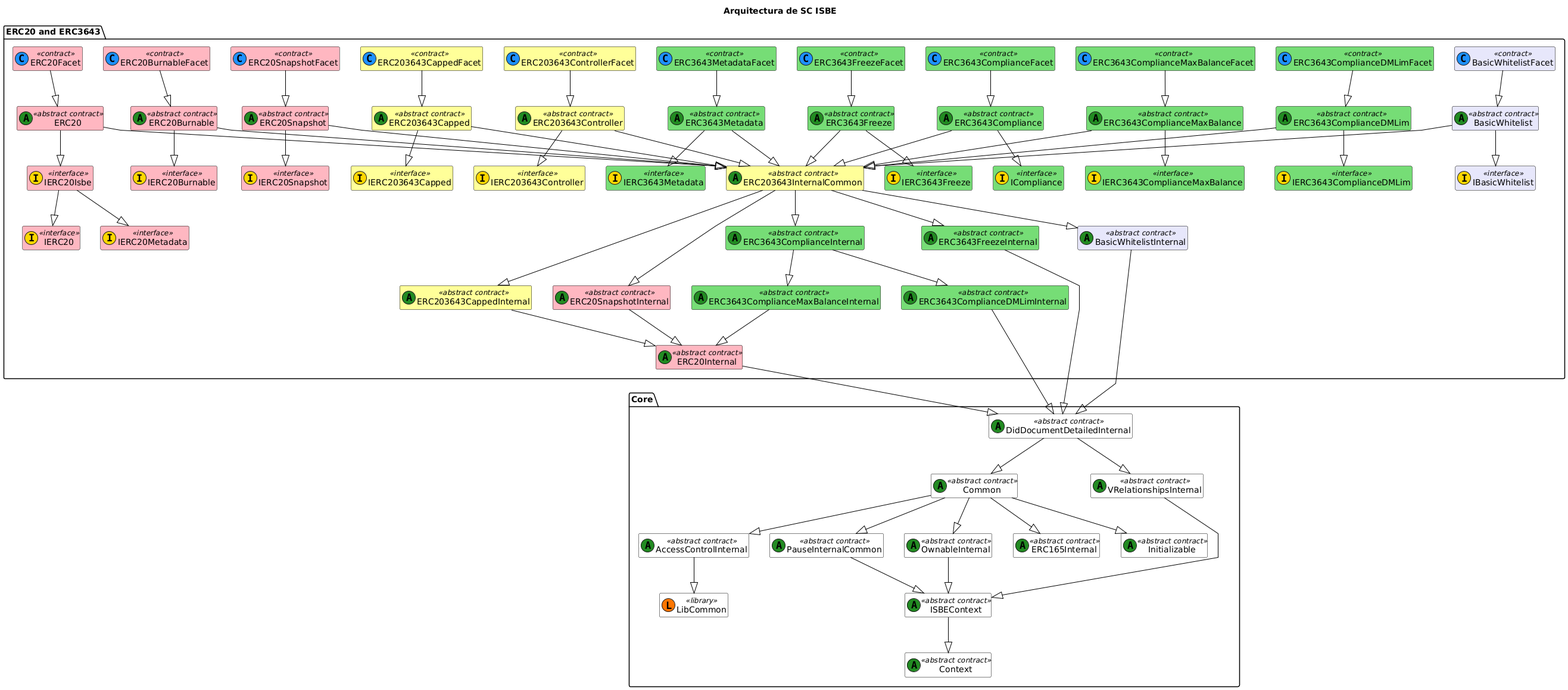
Above: docs/diagrams/ISBE-SC-UML-Global-Functional_2.png in red-isbe/isbe-contracts (PlantUML), before the change.
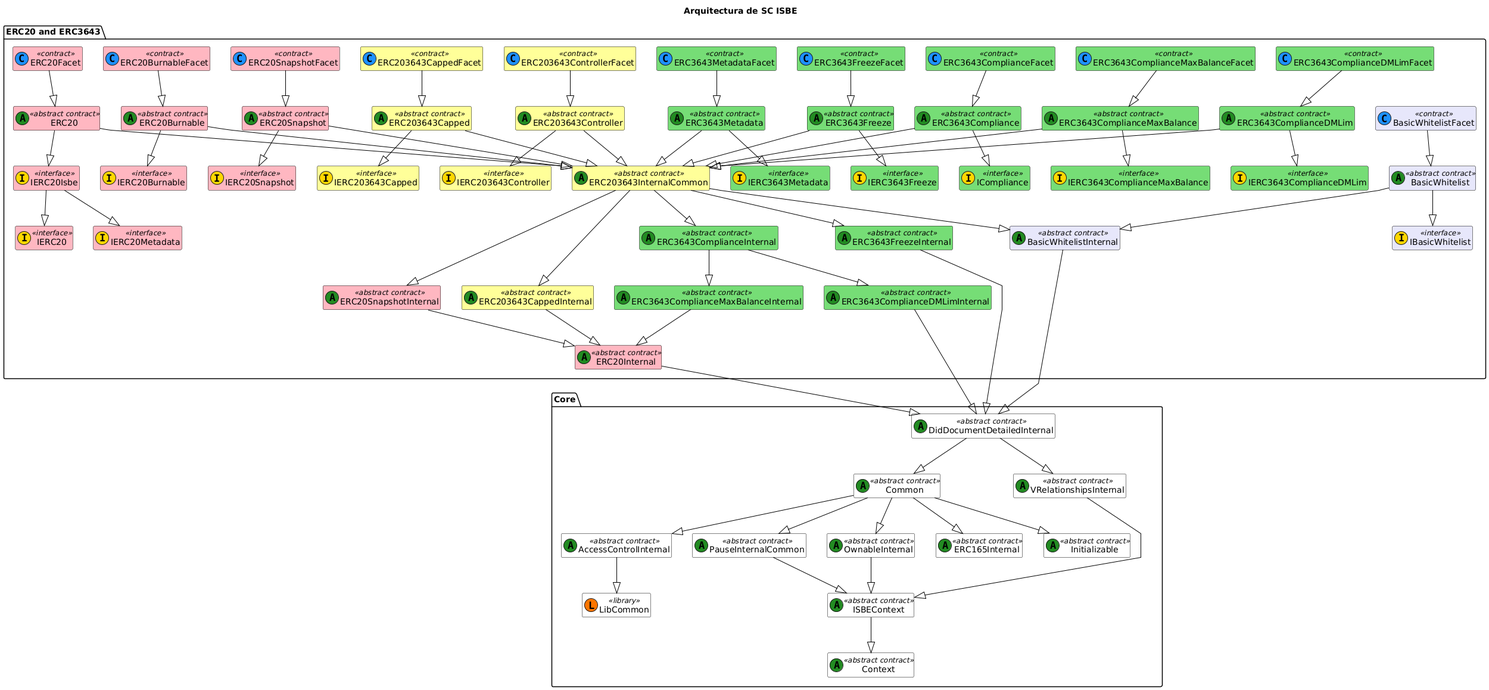
After the change.

Change to the diagram source:
```diff
@@ -146,6 +146,7 @@
 
     BasicWhitelistFacet --|> BasicWhitelist
     BasicWhitelist --|> IBasicWhitelist
+    BasicWhitelist --|> BasicWhitelistInternal
     BasicWhitelistInternal --|> DidDocumentDetailedInternal
 
 
@@ -167,7 +168,7 @@
     ERC3643Compliance --|> ERC203643InternalCommon
     ERC3643ComplianceMaxBalance --|> ERC203643InternalCommon
     ERC3643ComplianceDMLim --|> ERC203643InternalCommon
-    BasicWhitelist --|> ERC203643InternalCommon
+
 
 
 }
```
